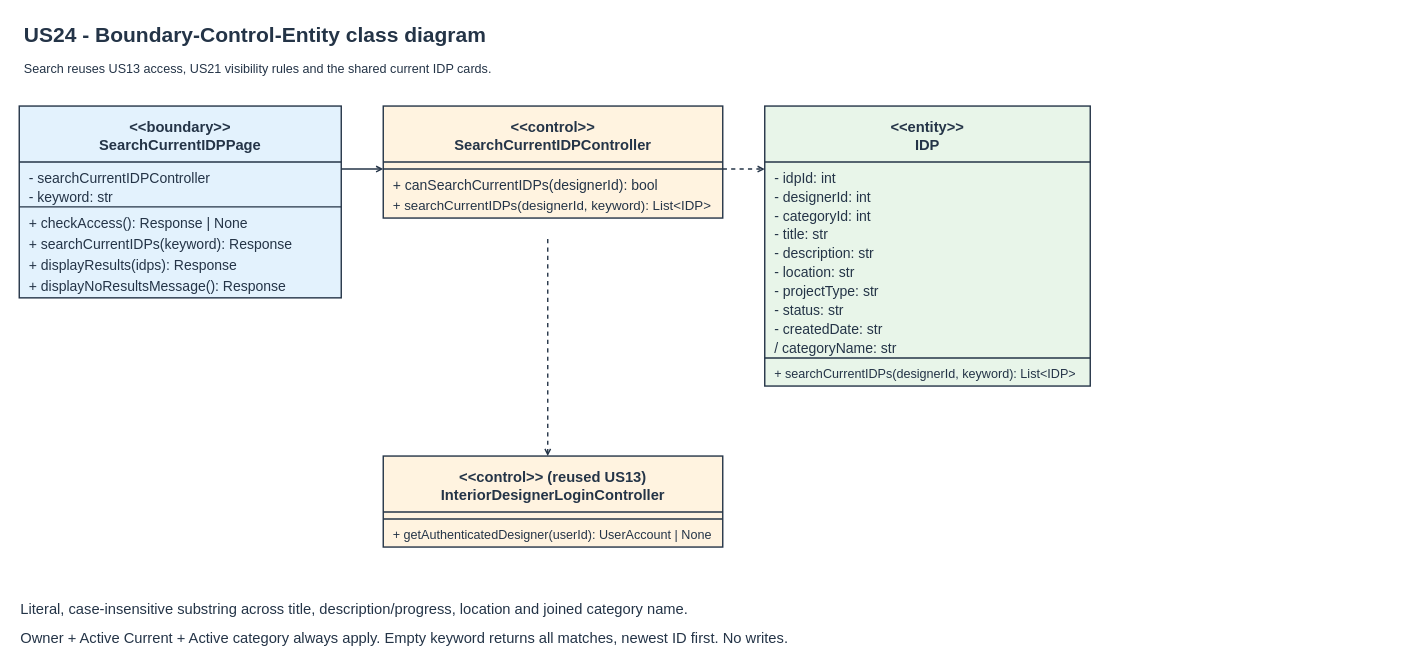
Earlier version of the draw.io diagram page "5 BCE Class Diagram" (2 of 7) of Sprint_3/US24 - Search Current IDPs/US24 Search current IDPs.drawio (Hanzxc/CSIT314-ARCHSS). Source tidied: cells renumbered, new cells numbered last; positions are measured from the earlier drawing's top-left corner, leaving out a move shared by most shapes. Both pictures are drawn from the tidied source at 70%, with x=0, y=0 at pixel (19, 18).
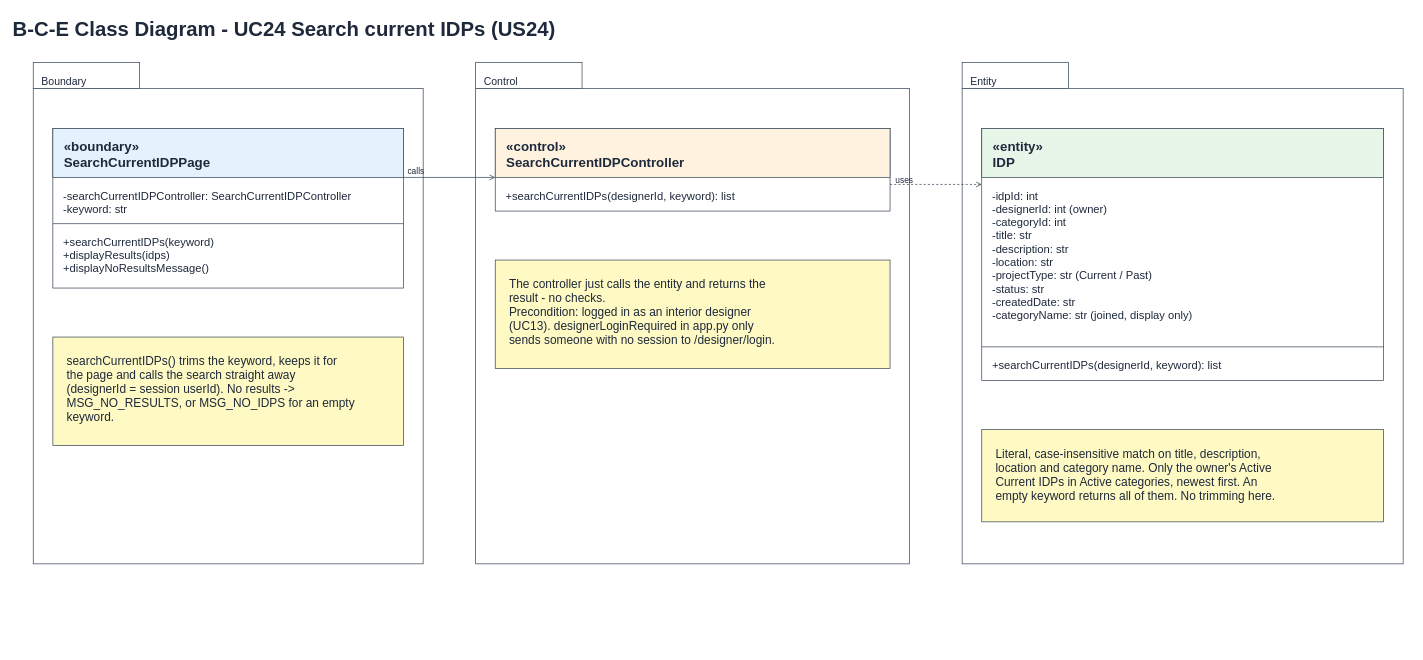
The same page after the edit.

What changed in the source:
```diff
@@
-    <mxCell id="2" value="US24 - Boundary-Control-Entity class diagram" style="text;html=0;align=left;verticalAlign=middle;whiteSpace=wrap;fontSize=30;fontStyle=1;fontColor=#243447;" parent="1" vertex="1">
-      <mxGeometry x="5" width="1520" height="45" as="geometry" />
+    <mxCell id="2" value="B-C-E Class Diagram - UC24 Search current IDPs (US24)" style="text;html=0;align=left;verticalAlign=top;fontSize=29;fontStyle=1;fontColor=#1e293b;" parent="1" vertex="1">
+      <mxGeometry x="-11" y="-10" width="2000" height="43" as="geometry" />
     </mxCell>
-    <mxCell id="3" value="Search reuses US13 access, US21 visibility rules and the shared current IDP cards." style="text;html=0;align=left;verticalAlign=middle;whiteSpace=wrap;fontSize=18;fontStyle=0;fontColor=#243447;" parent="1" vertex="1">
-      <mxGeometry x="5" y="52" width="1520" height="40" as="geometry" />
+    <mxCell id="3" style="rounded=0;whiteSpace=wrap;fillColor=#ffffff;strokeColor=#334155;" parent="1" vertex="1">
+      <mxGeometry x="20" y="100" width="557" height="679" as="geometry" />
     </mxCell>
-    <mxCell id="4" style="rounded=0;html=0;fillColor=#e3f2fd;strokeColor=#243447;strokeWidth=2;" parent="1" vertex="1">
-      <mxGeometry y="125" width="460" height="274" as="geometry" />
+    <mxCell id="4" style="rounded=0;whiteSpace=wrap;fillColor=#ffffff;strokeColor=#334155;" parent="1" vertex="1">
+      <mxGeometry x="20" y="63" width="152" height="37" as="geometry" />
     </mxCell>
-    <mxCell id="5" value="&lt;&lt;boundary&gt;&gt;&#10;SearchCurrentIDPPage" style="text;html=0;align=center;verticalAlign=middle;whiteSpace=wrap;fontSize=21;fontStyle=1;fontColor=#243447;" parent="1" vertex="1">
-      <mxGeometry x="8" y="134" width="444" height="65" as="geometry" />
+    <mxCell id="5" value="Boundary" style="text;html=0;align=left;verticalAlign=top;fontSize=15;fontStyle=0;fontColor=#1e293b;" parent="1" vertex="1">
+      <mxGeometry x="30" y="75" width="136" height="22" as="geometry" />
     </mxCell>
-    <mxCell id="6" style="endArrow=none;html=0;dashed=0;strokeWidth=2;strokeColor=#243447;" parent="1" edge="1">
-      <mxGeometry relative="1" as="geometry">
-        <mxPoint y="205" as="sourcePoint" />
-        <mxPoint x="460" y="205" as="targetPoint" />
-      </mxGeometry>
+    <mxCell id="6" style="rounded=0;whiteSpace=wrap;fillColor=#ffffff;strokeColor=#334155;" parent="1" vertex="1">
+      <mxGeometry x="652" y="100" width="620" height="679" as="geometry" />
     </mxCell>
-    <mxCell id="7" value="- searchCurrentIDPController" style="text;html=0;align=left;verticalAlign=middle;whiteSpace=wrap;fontSize=20;fontStyle=0;fontColor=#243447;" parent="1" vertex="1">
-      <mxGeometry x="12" y="213" width="436" height="27" as="geometry" />
+    <mxCell id="7" style="rounded=0;whiteSpace=wrap;fillColor=#ffffff;strokeColor=#334155;" parent="1" vertex="1">
+      <mxGeometry x="652" y="63" width="152" height="37" as="geometry" />
     </mxCell>
-    <mxCell id="8" value="- keyword: str" style="text;html=0;align=left;verticalAlign=middle;whiteSpace=wrap;fontSize=20;fontStyle=0;fontColor=#243447;" parent="1" vertex="1">
-      <mxGeometry x="12" y="240" width="436" height="27" as="geometry" />
+    <mxCell id="8" value="Control" style="text;html=0;align=left;verticalAlign=top;fontSize=15;fontStyle=0;fontColor=#1e293b;" parent="1" vertex="1">
+      <mxGeometry x="662" y="75" width="136" height="22" as="geometry" />
     </mxCell>
-    <mxCell id="9" style="endArrow=none;html=0;dashed=0;strokeWidth=2;strokeColor=#243447;" parent="1" edge="1">
-      <mxGeometry relative="1" as="geometry">
-        <mxPoint y="269" as="sourcePoint" />
-        <mxPoint x="460" y="269" as="targetPoint" />
-      </mxGeometry>
+    <mxCell id="9" style="rounded=0;whiteSpace=wrap;fillColor=#ffffff;strokeColor=#334155;" parent="1" vertex="1">
+      <mxGeometry x="1347" y="100" width="630" height="679" as="geometry" />
     </mxCell>
-    <mxCell id="10" value="+ checkAccess(): Response | None" style="text;html=0;align=left;verticalAlign=middle;whiteSpace=wrap;fontSize=20;fontStyle=0;fontColor=#243447;" parent="1" vertex="1">
-      <mxGeometry x="12" y="277" width="436" height="30" as="geometry" />
+    <mxCell id="10" style="rounded=0;whiteSpace=wrap;fillColor=#ffffff;strokeColor=#334155;" parent="1" vertex="1">
+      <mxGeometry x="1347" y="63" width="152" height="37" as="geometry" />
     </mxCell>
-    <mxCell id="11" value="+ searchCurrentIDPs(keyword): Response" style="text;html=0;align=left;verticalAlign=middle;whiteSpace=wrap;fontSize=20;fontStyle=0;fontColor=#243447;" parent="1" vertex="1">
-      <mxGeometry x="12" y="307" width="436" height="30" as="geometry" />
+    <mxCell id="11" value="Entity" style="text;html=0;align=left;verticalAlign=top;fontSize=15;fontStyle=0;fontColor=#1e293b;" parent="1" vertex="1">
+      <mxGeometry x="1357" y="75" width="136" height="22" as="geometry" />
     </mxCell>
-    <mxCell id="12" value="+ displayResults(idps): Response" style="text;html=0;align=left;verticalAlign=middle;whiteSpace=wrap;fontSize=20;fontStyle=0;fontColor=#243447;" parent="1" vertex="1">
-      <mxGeometry x="12" y="337" width="436" height="30" as="geometry" />
+    <mxCell id="12" style="rounded=0;whiteSpace=wrap;fillColor=#ffffff;strokeColor=#334155;" parent="1" vertex="1">
+      <mxGeometry x="48" y="157" width="501" height="228" as="geometry" />
     </mxCell>
-    <mxCell id="13" value="+ displayNoResultsMessage(): Response" style="text;html=0;align=left;verticalAlign=middle;whiteSpace=wrap;fontSize=20;fontStyle=0;fontColor=#243447;" parent="1" vertex="1">
-      <mxGeometry x="12" y="367" width="436" height="30" as="geometry" />
+    <mxCell id="13" style="rounded=0;whiteSpace=wrap;fillColor=#e3f2fd;strokeColor=#334155;" parent="1" vertex="1">
+      <mxGeometry x="48" y="157" width="501" height="70" as="geometry" />
     </mxCell>
-    <mxCell id="14" style="rounded=0;html=0;fillColor=#fff3e0;strokeColor=#243447;strokeWidth=2;" parent="1" vertex="1">
-      <mxGeometry x="520" y="125" width="485" height="160" as="geometry" />
+    <mxCell id="14" value="«boundary»&#10;SearchCurrentIDPPage" style="text;html=0;align=left;verticalAlign=top;fontSize=19;fontStyle=1;fontColor=#1e293b;" parent="1" vertex="1">
+      <mxGeometry x="62" y="165" width="473" height="56" as="geometry" />
     </mxCell>
-    <mxCell id="15" value="&lt;&lt;control&gt;&gt;&#10;SearchCurrentIDPController" style="text;html=0;align=center;verticalAlign=middle;whiteSpace=wrap;fontSize=21;fontStyle=1;fontColor=#243447;" parent="1" vertex="1">
-      <mxGeometry x="528" y="134" width="469" height="65" as="geometry" />
+    <mxCell id="15" value="-searchCurrentIDPController: SearchCurrentIDPController&#10;-keyword: str" style="text;html=0;align=left;verticalAlign=top;fontSize=16;fontStyle=0;fontColor=#1e293b;" parent="1" vertex="1">
+      <mxGeometry x="61" y="237" width="473" height="48" as="geometry" />
     </mxCell>
-    <mxCell id="16" style="endArrow=none;html=0;dashed=0;strokeWidth=2;strokeColor=#243447;" parent="1" edge="1">
+    <mxCell id="16" style="endArrow=none;html=0;dashed=0;strokeColor=#334155;" parent="1" edge="1">
       <mxGeometry relative="1" as="geometry">
-        <mxPoint x="520" y="205" as="sourcePoint" />
-        <mxPoint x="1005" y="205" as="targetPoint" />
+        <mxPoint x="48" y="293" as="sourcePoint" />
+        <mxPoint x="549" y="293" as="targetPoint" />
       </mxGeometry>
     </mxCell>
-    <mxCell id="17" style="endArrow=none;html=0;dashed=0;strokeWidth=2;strokeColor=#243447;" parent="1" edge="1">
-      <mxGeometry relative="1" as="geometry">
-        <mxPoint x="520" y="215" as="sourcePoint" />
-        <mxPoint x="1005" y="215" as="targetPoint" />
-      </mxGeometry>
+    <mxCell id="17" value="+searchCurrentIDPs(keyword)&#10;+displayResults(idps)&#10;+displayNoResultsMessage()" style="text;html=0;align=left;verticalAlign=top;fontSize=16;fontStyle=0;fontColor=#1e293b;" parent="1" vertex="1">
+      <mxGeometry x="61" y="303" width="473" height="70" as="geometry" />
     </mxCell>
-    <mxCell id="18" value="+ canSearchCurrentIDPs(designerId): bool" style="text;html=0;align=left;verticalAlign=middle;whiteSpace=wrap;fontSize=20;fontStyle=0;fontColor=#243447;" parent="1" vertex="1">
-      <mxGeometry x="532" y="223" width="461" height="30" as="geometry" />
+    <mxCell id="18" style="rounded=0;whiteSpace=wrap;fillColor=#fff9c4;strokeColor=#334155;" parent="1" vertex="1">
+      <mxGeometry x="48" y="455" width="501" height="155" as="geometry" />
     </mxCell>
-    <mxCell id="19" value="+ searchCurrentIDPs(designerId, keyword): List&lt;IDP&gt;" style="text;html=0;align=left;verticalAlign=middle;whiteSpace=wrap;fontSize=19;fontStyle=0;fontColor=#243447;" parent="1" vertex="1">
-      <mxGeometry x="532" y="253" width="461" height="30" as="geometry" />
+    <mxCell id="19" value="searchCurrentIDPs() trims the keyword, keeps it for&#10;the page and calls the search straight away&#10;(designerId = session userId). No results -&gt;&#10;MSG_NO_RESULTS, or MSG_NO_IDPS for an empty&#10;keyword." style="text;html=0;align=left;verticalAlign=top;fontSize=17;fontStyle=0;fontColor=#1e293b;" parent="1" vertex="1">
+      <mxGeometry x="66" y="473" width="465" height="119" as="geometry" />
     </mxCell>
-    <mxCell id="20" style="rounded=0;html=0;fillColor=#e8f5e9;strokeColor=#243447;strokeWidth=2;" parent="1" vertex="1">
-      <mxGeometry x="1065" y="125" width="465" height="400" as="geometry" />
+    <mxCell id="20" style="rounded=0;whiteSpace=wrap;fillColor=#ffffff;strokeColor=#334155;" parent="1" vertex="1">
+      <mxGeometry x="680" y="157" width="564" height="118" as="geometry" />
     </mxCell>
-    <mxCell id="21" value="&lt;&lt;entity&gt;&gt;&#10;IDP" style="text;html=0;align=center;verticalAlign=middle;whiteSpace=wrap;fontSize=21;fontStyle=1;fontColor=#243447;" parent="1" vertex="1">
-      <mxGeometry x="1073" y="134" width="449" height="65" as="geometry" />
+    <mxCell id="21" style="rounded=0;whiteSpace=wrap;fillColor=#fff3e0;strokeColor=#334155;" parent="1" vertex="1">
+      <mxGeometry x="680" y="157" width="564" height="70" as="geometry" />
     </mxCell>
-    <mxCell id="22" style="endArrow=none;html=0;dashed=0;strokeWidth=2;strokeColor=#243447;" parent="1" edge="1">
-      <mxGeometry relative="1" as="geometry">
-        <mxPoint x="1065" y="205" as="sourcePoint" />
-        <mxPoint x="1530" y="205" as="targetPoint" />
-      </mxGeometry>
+    <mxCell id="22" value="«control»&#10;SearchCurrentIDPController" style="text;html=0;align=left;verticalAlign=top;fontSize=19;fontStyle=1;fontColor=#1e293b;" parent="1" vertex="1">
+      <mxGeometry x="694" y="165" width="536" height="56" as="geometry" />
     </mxCell>
-    <mxCell id="23" value="- idpId: int" style="text;html=0;align=left;verticalAlign=middle;whiteSpace=wrap;fontSize=20;fontStyle=0;fontColor=#243447;" parent="1" vertex="1">
-      <mxGeometry x="1077" y="213" width="441" height="27" as="geometry" />
+    <mxCell id="23" value="+searchCurrentIDPs(designerId, keyword): list" style="text;html=0;align=left;verticalAlign=top;fontSize=16;fontStyle=0;fontColor=#1e293b;" parent="1" vertex="1">
+      <mxGeometry x="693" y="237" width="536" height="26" as="geometry" />
     </mxCell>
-    <mxCell id="24" value="- designerId: int" style="text;html=0;align=left;verticalAlign=middle;whiteSpace=wrap;fontSize=20;fontStyle=0;fontColor=#243447;" parent="1" vertex="1">
-      <mxGeometry x="1077" y="240" width="441" height="27" as="geometry" />
+    <mxCell id="24" style="rounded=0;whiteSpace=wrap;fillColor=#fff9c4;strokeColor=#334155;" parent="1" vertex="1">
+      <mxGeometry x="680" y="345" width="564" height="155" as="geometry" />
     </mxCell>
-    <mxCell id="25" value="- categoryId: int" style="text;html=0;align=left;verticalAlign=middle;whiteSpace=wrap;fontSize=20;fontStyle=0;fontColor=#243447;" parent="1" vertex="1">
-      <mxGeometry x="1077" y="267" width="441" height="27" as="geometry" />
+    <mxCell id="25" value="The controller just calls the entity and returns the&#10;result - no checks.&#10;Precondition: logged in as an interior designer&#10;(UC13). designerLoginRequired in app.py only&#10;sends someone with no session to /designer/login." style="text;html=0;align=left;verticalAlign=top;fontSize=17;fontStyle=0;fontColor=#1e293b;" parent="1" vertex="1">
+      <mxGeometry x="698" y="363" width="528" height="119" as="geometry" />
     </mxCell>
-    <mxCell id="26" value="- title: str" style="text;html=0;align=left;verticalAlign=middle;whiteSpace=wrap;fontSize=20;fontStyle=0;fontColor=#243447;" parent="1" vertex="1">
-      <mxGeometry x="1077" y="294" width="441" height="27" as="geometry" />
+    <mxCell id="26" style="rounded=0;whiteSpace=wrap;fillColor=#ffffff;strokeColor=#334155;" parent="1" vertex="1">
+      <mxGeometry x="1375" y="157" width="574" height="360" as="geometry" />
     </mxCell>
-    <mxCell id="27" value="- description: str" style="text;html=0;align=left;verticalAlign=middle;whiteSpace=wrap;fontSize=20;fontStyle=0;fontColor=#243447;" parent="1" vertex="1">
-      <mxGeometry x="1077" y="321" width="441" height="27" as="geometry" />
+    <mxCell id="27" style="rounded=0;whiteSpace=wrap;fillColor=#e8f5e9;strokeColor=#334155;" parent="1" vertex="1">
+      <mxGeometry x="1375" y="157" width="574" height="70" as="geometry" />
     </mxCell>
-    <mxCell id="28" value="- location: str" style="text;html=0;align=left;verticalAlign=middle;whiteSpace=wrap;fontSize=20;fontStyle=0;fontColor=#243447;" parent="1" vertex="1">
-      <mxGeometry x="1077" y="348" width="441" height="27" as="geometry" />
+    <mxCell id="28" value="«entity»&#10;IDP" style="text;html=0;align=left;verticalAlign=top;fontSize=19;fontStyle=1;fontColor=#1e293b;" parent="1" vertex="1">
+      <mxGeometry x="1389" y="165" width="546" height="56" as="geometry" />
     </mxCell>
-    <mxCell id="29" value="- projectType: str" style="text;html=0;align=left;verticalAlign=middle;whiteSpace=wrap;fontSize=20;fontStyle=0;fontColor=#243447;" parent="1" vertex="1">
-      <mxGeometry x="1077" y="375" width="441" height="27" as="geometry" />
+    <mxCell id="29" value="-idpId: int&#10;-designerId: int (owner)&#10;-categoryId: int&#10;-title: str&#10;-description: str&#10;-location: str&#10;-projectType: str (Current / Past)&#10;-status: str&#10;-createdDate: str&#10;-categoryName: str (joined, display only)" style="text;html=0;align=left;verticalAlign=top;fontSize=16;fontStyle=0;fontColor=#1e293b;" parent="1" vertex="1">
+      <mxGeometry x="1388" y="237" width="546" height="224" as="geometry" />
     </mxCell>
-    <mxCell id="30" value="- status: str" style="text;html=0;align=left;verticalAlign=middle;whiteSpace=wrap;fontSize=20;fontStyle=0;fontColor=#243447;" parent="1" vertex="1">
-      <mxGeometry x="1077" y="402" width="441" height="27" as="geometry" />
+    <mxCell id="30" style="endArrow=none;html=0;dashed=0;strokeColor=#334155;" parent="1" edge="1">
+      <mxGeometry relative="1" as="geometry">
+        <mxPoint x="1375" y="469" as="sourcePoint" />
+        <mxPoint x="1949" y="469" as="targetPoint" />
+      </mxGeometry>
     </mxCell>
-    <mxCell id="31" value="- createdDate: str" style="text;html=0;align=left;verticalAlign=middle;whiteSpace=wrap;fontSize=20;fontStyle=0;fontColor=#243447;" parent="1" vertex="1">
-      <mxGeometry x="1077" y="429" width="441" height="27" as="geometry" />
+    <mxCell id="31" value="+searchCurrentIDPs(designerId, keyword): list" style="text;html=0;align=left;verticalAlign=top;fontSize=16;fontStyle=0;fontColor=#1e293b;" parent="1" vertex="1">
+      <mxGeometry x="1388" y="479" width="546" height="26" as="geometry" />
     </mxCell>
-    <mxCell id="32" value="/ categoryName: str" style="text;html=0;align=left;verticalAlign=middle;whiteSpace=wrap;fontSize=20;fontStyle=0;fontColor=#243447;" parent="1" vertex="1">
-      <mxGeometry x="1077" y="456" width="441" height="27" as="geometry" />
+    <mxCell id="32" style="rounded=0;whiteSpace=wrap;fillColor=#fff9c4;strokeColor=#334155;" parent="1" vertex="1">
+      <mxGeometry x="1375" y="587" width="574" height="132" as="geometry" />
     </mxCell>
-    <mxCell id="33" style="endArrow=none;html=0;dashed=0;strokeWidth=2;strokeColor=#243447;" parent="1" edge="1">
-      <mxGeometry relative="1" as="geometry">
-        <mxPoint x="1065" y="485" as="sourcePoint" />
-        <mxPoint x="1530" y="485" as="targetPoint" />
-      </mxGeometry>
+    <mxCell id="33" value="Literal, case-insensitive match on title, description,&#10;location and category name. Only the owner's Active&#10;Current IDPs in Active categories, newest first. An&#10;empty keyword returns all of them. No trimming here." style="text;html=0;align=left;verticalAlign=top;fontSize=17;fontStyle=0;fontColor=#1e293b;" parent="1" vertex="1">
+      <mxGeometry x="1393" y="605" width="538" height="96" as="geometry" />
     </mxCell>
-    <mxCell id="34" value="+ searchCurrentIDPs(designerId, keyword): List&lt;IDP&gt;" style="text;html=0;align=left;verticalAlign=middle;whiteSpace=wrap;fontSize=18;fontStyle=0;fontColor=#243447;" parent="1" vertex="1">
-      <mxGeometry x="1077" y="493" width="441" height="30" as="geometry" />
+    <mxCell id="34" style="endArrow=open;html=0;dashed=0;strokeColor=#334155;" parent="1" edge="1">
+      <mxGeometry relative="1" as="geometry">
+        <mxPoint x="549" y="227" as="sourcePoint" />
+        <mxPoint x="680" y="227" as="targetPoint" />
+      </mxGeometry>
     </mxCell>
-    <mxCell id="35" style="rounded=0;html=0;fillColor=#fff3e0;strokeColor=#243447;strokeWidth=2;" parent="1" vertex="1">
-      <mxGeometry x="520" y="625" width="485" height="130" as="geometry" />
+    <mxCell id="35" value="calls" style="text;html=0;align=left;verticalAlign=top;fontSize=12;fontStyle=0;fontColor=#1e293b;" parent="1" vertex="1">
+      <mxGeometry x="553" y="205" width="40.3" height="20" as="geometry" />
     </mxCell>
-    <mxCell id="36" value="&lt;&lt;control&gt;&gt; (reused US13)&#10;InteriorDesignerLoginController" style="text;html=0;align=center;verticalAlign=middle;whiteSpace=wrap;fontSize=21;fontStyle=1;fontColor=#243447;" parent="1" vertex="1">
-      <mxGeometry x="528" y="634" width="469" height="65" as="geometry" />
+    <mxCell id="36" style="endArrow=open;html=0;dashed=1;strokeColor=#334155;" parent="1" edge="1">
+      <mxGeometry relative="1" as="geometry">
+        <mxPoint x="1244" y="237" as="sourcePoint" />
+        <mxPoint x="1375" y="237" as="targetPoint" />
+      </mxGeometry>
     </mxCell>
-    <mxCell id="37" style="endArrow=none;html=0;dashed=0;strokeWidth=2;strokeColor=#243447;" parent="1" edge="1">
-      <mxGeometry relative="1" as="geometry">
-        <mxPoint x="520" y="705" as="sourcePoint" />
-        <mxPoint x="1005" y="705" as="targetPoint" />
-      </mxGeometry>
+    <mxCell id="37" value="uses" style="text;html=0;align=left;verticalAlign=top;fontSize=12;fontStyle=0;fontColor=#1e293b;" parent="1" vertex="1">
+      <mxGeometry x="1250" y="217" width="39.4" height="20" as="geometry" />
     </mxCell>
-    <mxCell id="38" style="endArrow=none;html=0;dashed=0;strokeWidth=2;strokeColor=#243447;" parent="1" edge="1">
-      <mxGeometry relative="1" as="geometry">
-        <mxPoint x="520" y="715" as="sourcePoint" />
-        <mxPoint x="1005" y="715" as="targetPoint" />
-      </mxGeometry>
-    </mxCell>
-    <mxCell id="39" value="+ getAuthenticatedDesigner(userId): UserAccount | None" style="text;html=0;align=left;verticalAlign=middle;whiteSpace=wrap;fontSize=18;fontStyle=0;fontColor=#243447;" parent="1" vertex="1">
-      <mxGeometry x="532" y="723" width="461" height="30" as="geometry" />
-    </mxCell>
-    <mxCell id="40" style="endArrow=open;html=0;dashed=0;strokeWidth=2;strokeColor=#243447;" parent="1" edge="1">
-      <mxGeometry relative="1" as="geometry">
-        <mxPoint x="460" y="215" as="sourcePoint" />
-        <mxPoint x="520" y="215" as="targetPoint" />
-      </mxGeometry>
-    </mxCell>
-    <mxCell id="41" style="endArrow=open;html=0;dashed=1;strokeWidth=2;strokeColor=#243447;" parent="1" edge="1">
-      <mxGeometry relative="1" as="geometry">
-        <mxPoint x="1005" y="215" as="sourcePoint" />
-        <mxPoint x="1065" y="215" as="targetPoint" />
-      </mxGeometry>
-    </mxCell>
-    <mxCell id="42" style="endArrow=open;html=0;dashed=1;strokeWidth=2;strokeColor=#243447;" parent="1" edge="1">
-      <mxGeometry relative="1" as="geometry">
-        <mxPoint x="755" y="315" as="sourcePoint" />
-        <mxPoint x="755" y="625" as="targetPoint" />
-      </mxGeometry>
-    </mxCell>
-    <mxCell id="43" value="Literal, case-insensitive substring across title, description/progress, location and joined category name." style="text;html=0;align=left;verticalAlign=middle;whiteSpace=wrap;fontSize=21;fontStyle=0;fontColor=#243447;" parent="1" vertex="1">
-      <mxGeometry y="825" width="1530" height="35" as="geometry" />
-    </mxCell>
-    <mxCell id="44" value="Owner + Active Current + Active category always apply. Empty keyword returns all matches, newest ID first. No writes." style="text;html=0;align=left;verticalAlign=middle;whiteSpace=wrap;fontSize=21;fontStyle=0;fontColor=#243447;" parent="1" vertex="1">
-      <mxGeometry y="870" width="1530" height="30" as="geometry" />
-    </mxCell>
```
